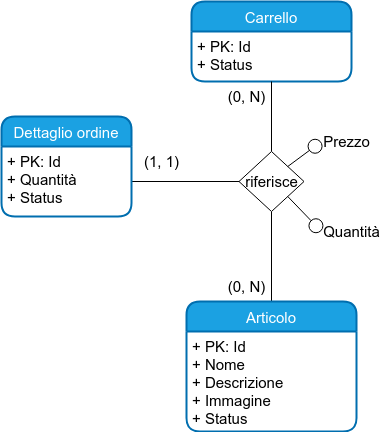
Before: doc/articolo_carrello_ordine/articolo_carrello_ordine_completo.png, a diagram exported from draw.io (EndriDomiUni/E-commerce). Source tidied: cells renumbered, new cells last; positions are measured from the earlier drawing's top-left corner, leaving out a move shared by most shapes.
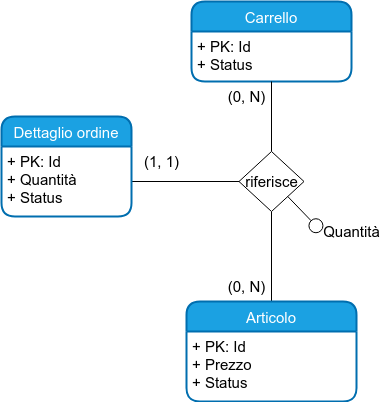
Later version of the same file.

Change to the diagram source:
```diff
@@ -23,14 +23,6 @@
     <mxCell id="8" value="Quantità" style="text;html=1;align=center;verticalAlign=middle;strokeColor=none;fillColor=none;fontSize=15;" parent="1" vertex="1">
       <mxGeometry x="310" y="215" width="80" height="30" as="geometry" />
     </mxCell>
-    <mxCell id="9" style="edgeStyle=none;html=1;endArrow=circle;endFill=0;exitX=1;exitY=0;exitDx=0;exitDy=0;fontSize=15;" parent="1" edge="1" source="7">
-      <mxGeometry relative="1" as="geometry">
-        <mxPoint x="320" y="140" as="targetPoint" />
-      </mxGeometry>
-    </mxCell>
-    <mxCell id="10" value="Prezzo" style="text;html=1;align=center;verticalAlign=middle;strokeColor=none;fillColor=none;fontSize=15;" parent="1" vertex="1">
-      <mxGeometry x="310" y="125" width="70" height="30" as="geometry" />
-    </mxCell>
     <mxCell id="11" value="Dettaglio ordine" style="swimlane;horizontal=1;startSize=30;rounded=1;fontSize=15;fontStyle=0;strokeWidth=2;shadow=0;dashed=0;align=center;fillColor=#1ba1e2;fontColor=#ffffff;strokeColor=#006EAF;" parent="1" vertex="1">
       <mxGeometry y="115" width="130" height="100" as="geometry" />
     </mxCell>
@@ -52,10 +44,10 @@
       </mxGeometry>
     </mxCell>
     <mxCell id="17" value="Articolo" style="swimlane;horizontal=1;startSize=30;rounded=1;fontSize=15;fontStyle=0;strokeWidth=2;shadow=0;dashed=0;align=center;arcSize=15;fillColor=#1ba1e2;fontColor=#ffffff;strokeColor=#006EAF;" parent="1" vertex="1">
-      <mxGeometry x="185" y="300" width="170" height="130" as="geometry" />
+      <mxGeometry x="185" y="300" width="170" height="100" as="geometry" />
     </mxCell>
-    <mxCell id="18" value="+ PK: Id&#10;+ Nome&#10;+ Descrizione&#10;+ Immagine&#10;+ Status" style="align=left;strokeColor=none;fillColor=none;spacingLeft=4;fontSize=15;verticalAlign=top;" parent="17" vertex="1">
-      <mxGeometry y="30" width="170" height="100" as="geometry" />
+    <mxCell id="18" value="+ PK: Id&#10;+ Prezzo&#10;+ Status" style="align=left;strokeColor=none;fillColor=none;spacingLeft=4;fontSize=15;verticalAlign=top;" parent="17" vertex="1">
+      <mxGeometry y="30" width="170" height="70" as="geometry" />
     </mxCell>
   </root>
 </mxGraphModel>
```
